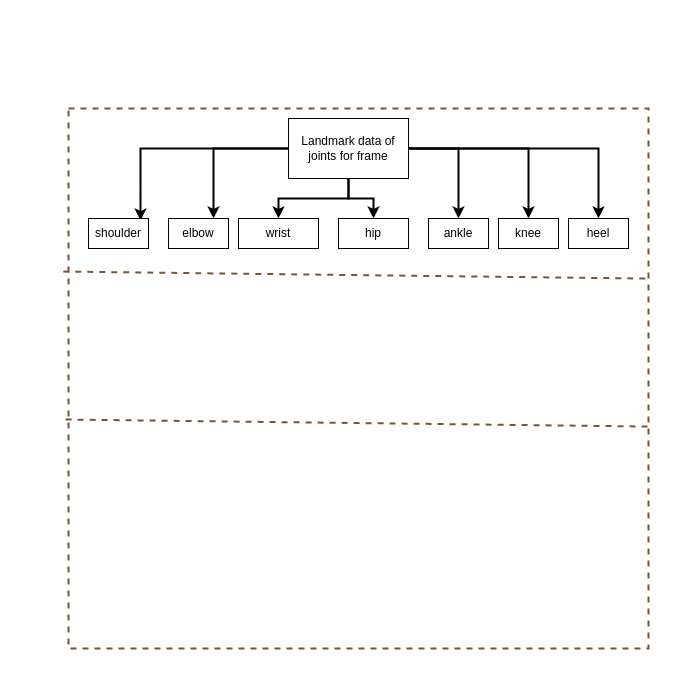
Earlier version of the draw.io diagram Diagrams/Algorothm Diagram.drawio (vish84725/Research_Artifacts). Source tidied: cells renumbered, new cells numbered last; positions are measured from the earlier drawing's top-left corner, leaving out a move shared by most shapes. Both pictures are drawn from the tidied source at 100%, with x=0, y=0 at pixel (68, 108).
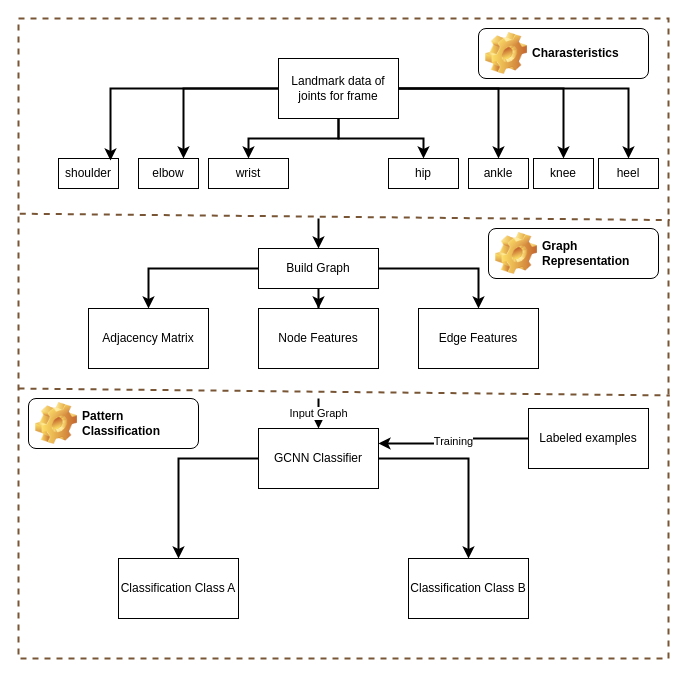
After the change.

The edit, as a diff of the source:
```diff
@@
+    <mxCell id="20" style="group;" parent="1" vertex="1">
+      <mxGeometry x="-50" y="-70" width="650" height="620" as="geometry" />
+    </mxCell>
-    <mxCell id="2" style="rounded=0;whiteSpace=wrap;html=1;dashed=1;strokeColor=#785535;strokeWidth=2;" parent="1" vertex="1">
-      <mxGeometry width="580" height="540" as="geometry" />
+    <mxCell id="2" style="rounded=0;whiteSpace=wrap;html=1;dashed=1;strokeColor=#785535;strokeWidth=2;" parent="20" vertex="1">
+      <mxGeometry y="-20" width="650" height="640" as="geometry" />
     </mxCell>
-    <mxCell id="3" style="endArrow=none;html=1;rounded=0;entryX=1.002;entryY=0.315;entryDx=0;entryDy=0;exitX=-0.009;exitY=0.302;exitDx=0;exitDy=0;dashed=1;strokeColor=#785535;strokeWidth=2;entryPerimeter=0;exitPerimeter=0;" parent="1" edge="1" source="2" target="2">
+    <mxCell id="3" style="endArrow=none;html=1;rounded=0;entryX=1.002;entryY=0.315;entryDx=0;entryDy=0;exitX=0.002;exitY=0.305;exitDx=0;exitDy=0;dashed=1;strokeColor=#785535;strokeWidth=2;entryPerimeter=0;exitPerimeter=0;" parent="20" edge="1" source="2" target="2">
       <mxGeometry relative="1" as="geometry" />
     </mxCell>
-    <mxCell id="4" style="endArrow=none;html=1;rounded=0;entryX=1.002;entryY=0.589;entryDx=0;entryDy=0;exitX=-0.005;exitY=0.576;exitDx=0;exitDy=0;dashed=1;strokeColor=#785535;strokeWidth=2;entryPerimeter=0;exitPerimeter=0;" parent="1" edge="1" source="2" target="2">
-      <mxGeometry relative="1" as="geometry" />
+    <mxCell id="4" style="endArrow=none;html=1;rounded=0;entryX=1.002;entryY=0.589;entryDx=0;entryDy=0;dashed=1;strokeColor=#785535;strokeWidth=2;entryPerimeter=0;" parent="20" edge="1" target="2">
+      <mxGeometry relative="1" as="geometry">
+        <mxPoint y="350" as="sourcePoint" />
+      </mxGeometry>
     </mxCell>
-    <mxCell id="5" style="edgeStyle=orthogonalEdgeStyle;rounded=0;jettySize=auto;html=1;entryX=0.867;entryY=0.067;entryDx=0;entryDy=0;entryPerimeter=0;strokeColor=#000000;strokeWidth=2;" parent="1" edge="1" source="12" target="13">
-      <mxGeometry relative="1" as="geometry" />
-    </mxCell>
-    <mxCell id="6" style="edgeStyle=orthogonalEdgeStyle;rounded=0;jettySize=auto;html=1;entryX=0.75;entryY=0;entryDx=0;entryDy=0;strokeColor=#000000;strokeWidth=2;" parent="1" edge="1" source="12" target="14">
-      <mxGeometry relative="1" as="geometry" />
-    </mxCell>
-    <mxCell id="7" style="edgeStyle=orthogonalEdgeStyle;rounded=0;jettySize=auto;html=1;strokeColor=#000000;strokeWidth=2;" parent="1" edge="1" source="12" target="15">
-      <mxGeometry relative="1" as="geometry" />
-    </mxCell>
-    <mxCell id="8" style="edgeStyle=orthogonalEdgeStyle;rounded=0;jettySize=auto;html=1;strokeColor=#000000;strokeWidth=2;" parent="1" edge="1" source="12" target="16">
-      <mxGeometry relative="1" as="geometry" />
-    </mxCell>
-    <mxCell id="9" style="edgeStyle=orthogonalEdgeStyle;rounded=0;jettySize=auto;html=1;strokeColor=#000000;strokeWidth=2;" parent="1" edge="1" source="12" target="17">
-      <mxGeometry relative="1" as="geometry" />
-    </mxCell>
-    <mxCell id="10" style="edgeStyle=orthogonalEdgeStyle;rounded=0;jettySize=auto;html=1;entryX=0.5;entryY=0;entryDx=0;entryDy=0;strokeColor=#000000;strokeWidth=2;" parent="1" edge="1" source="12" target="18">
-      <mxGeometry relative="1" as="geometry" />
-    </mxCell>
-    <mxCell id="11" style="edgeStyle=orthogonalEdgeStyle;rounded=0;jettySize=auto;html=1;strokeColor=#000000;strokeWidth=2;" parent="1" edge="1" source="12" target="19">
-      <mxGeometry relative="1" as="geometry" />
-    </mxCell>
+    <mxCell id="21" value="Charasteristics" style="label;whiteSpace=wrap;html=1;image=img/clipart/Gear_128x128.png;strokeColor=#000000;strokeWidth=1;" parent="20" vertex="1">
+      <mxGeometry x="460" y="-10" width="170" height="50" as="geometry" />
+    </mxCell>
-    <mxCell id="12" value="Landmark data of joints for frame" style="rounded=0;whiteSpace=wrap;html=1;strokeColor=#000000;strokeWidth=1;" parent="1" vertex="1">
-      <mxGeometry x="220" y="10" width="120" height="60" as="geometry" />
+    <mxCell id="12" value="Landmark data of joints for frame" style="rounded=0;whiteSpace=wrap;html=1;strokeColor=#000000;strokeWidth=1;" parent="20" vertex="1">
+      <mxGeometry x="260" y="20" width="120" height="60" as="geometry" />
     </mxCell>
-    <mxCell id="13" value="shoulder" style="rounded=0;whiteSpace=wrap;html=1;strokeColor=#000000;strokeWidth=1;" parent="1" vertex="1">
-      <mxGeometry x="20" y="110" width="60" height="30" as="geometry" />
+    <mxCell id="13" value="shoulder" style="rounded=0;whiteSpace=wrap;html=1;strokeColor=#000000;strokeWidth=1;" parent="20" vertex="1">
+      <mxGeometry x="40" y="120" width="60" height="30" as="geometry" />
     </mxCell>
+    <mxCell id="5" style="edgeStyle=orthogonalEdgeStyle;rounded=0;jettySize=auto;html=1;entryX=0.867;entryY=0.067;entryDx=0;entryDy=0;entryPerimeter=0;strokeColor=#000000;strokeWidth=2;" parent="20" edge="1" source="12" target="13">
+      <mxGeometry relative="1" as="geometry" />
+    </mxCell>
-    <mxCell id="14" value="elbow" style="rounded=0;whiteSpace=wrap;html=1;strokeColor=#000000;strokeWidth=1;" parent="1" vertex="1">
-      <mxGeometry x="100" y="110" width="60" height="30" as="geometry" />
+    <mxCell id="14" value="elbow" style="rounded=0;whiteSpace=wrap;html=1;strokeColor=#000000;strokeWidth=1;" parent="20" vertex="1">
+      <mxGeometry x="120" y="120" width="60" height="30" as="geometry" />
     </mxCell>
+    <mxCell id="6" style="edgeStyle=orthogonalEdgeStyle;rounded=0;jettySize=auto;html=1;entryX=0.75;entryY=0;entryDx=0;entryDy=0;strokeColor=#000000;strokeWidth=2;" parent="20" edge="1" source="12" target="14">
+      <mxGeometry relative="1" as="geometry" />
+    </mxCell>
-    <mxCell id="15" value="wrist" style="rounded=0;whiteSpace=wrap;html=1;strokeColor=#000000;strokeWidth=1;" parent="1" vertex="1">
-      <mxGeometry x="170" y="110" width="80" height="30" as="geometry" />
+    <mxCell id="15" value="wrist" style="rounded=0;whiteSpace=wrap;html=1;strokeColor=#000000;strokeWidth=1;" parent="20" vertex="1">
+      <mxGeometry x="190" y="120" width="80" height="30" as="geometry" />
     </mxCell>
+    <mxCell id="7" style="edgeStyle=orthogonalEdgeStyle;rounded=0;jettySize=auto;html=1;strokeColor=#000000;strokeWidth=2;" parent="20" edge="1" source="12" target="15">
+      <mxGeometry relative="1" as="geometry" />
+    </mxCell>
-    <mxCell id="16" value="hip" style="rounded=0;whiteSpace=wrap;html=1;strokeColor=#000000;strokeWidth=1;" parent="1" vertex="1">
-      <mxGeometry x="270" y="110" width="70" height="30" as="geometry" />
+    <mxCell id="16" value="hip" style="rounded=0;whiteSpace=wrap;html=1;strokeColor=#000000;strokeWidth=1;" parent="20" vertex="1">
+      <mxGeometry x="370" y="120" width="70" height="30" as="geometry" />
     </mxCell>
+    <mxCell id="8" style="edgeStyle=orthogonalEdgeStyle;rounded=0;jettySize=auto;html=1;strokeColor=#000000;strokeWidth=2;" parent="20" edge="1" source="12" target="16">
+      <mxGeometry relative="1" as="geometry" />
+    </mxCell>
-    <mxCell id="17" value="ankle" style="rounded=0;whiteSpace=wrap;html=1;strokeColor=#000000;strokeWidth=1;" parent="1" vertex="1">
-      <mxGeometry x="360" y="110" width="60" height="30" as="geometry" />
+    <mxCell id="17" value="ankle" style="rounded=0;whiteSpace=wrap;html=1;strokeColor=#000000;strokeWidth=1;" parent="20" vertex="1">
+      <mxGeometry x="450" y="120" width="60" height="30" as="geometry" />
     </mxCell>
+    <mxCell id="9" style="edgeStyle=orthogonalEdgeStyle;rounded=0;jettySize=auto;html=1;strokeColor=#000000;strokeWidth=2;" parent="20" edge="1" source="12" target="17">
+      <mxGeometry relative="1" as="geometry" />
+    </mxCell>
-    <mxCell id="18" value="knee" style="rounded=0;whiteSpace=wrap;html=1;strokeColor=#000000;strokeWidth=1;" parent="1" vertex="1">
-      <mxGeometry x="430" y="110" width="60" height="30" as="geometry" />
+    <mxCell id="18" value="knee" style="rounded=0;whiteSpace=wrap;html=1;strokeColor=#000000;strokeWidth=1;" parent="20" vertex="1">
+      <mxGeometry x="515" y="120" width="60" height="30" as="geometry" />
     </mxCell>
+    <mxCell id="10" style="edgeStyle=orthogonalEdgeStyle;rounded=0;jettySize=auto;html=1;entryX=0.5;entryY=0;entryDx=0;entryDy=0;strokeColor=#000000;strokeWidth=2;" parent="20" edge="1" source="12" target="18">
+      <mxGeometry relative="1" as="geometry" />
+    </mxCell>
-    <mxCell id="19" value="heel" style="rounded=0;whiteSpace=wrap;html=1;strokeColor=#000000;strokeWidth=1;" parent="1" vertex="1">
-      <mxGeometry x="500" y="110" width="60" height="30" as="geometry" />
+    <mxCell id="19" value="heel" style="rounded=0;whiteSpace=wrap;html=1;strokeColor=#000000;strokeWidth=1;" parent="20" vertex="1">
+      <mxGeometry x="580" y="120" width="60" height="30" as="geometry" />
     </mxCell>
+    <mxCell id="11" style="edgeStyle=orthogonalEdgeStyle;rounded=0;jettySize=auto;html=1;strokeColor=#000000;strokeWidth=2;" parent="20" edge="1" source="12" target="19">
+      <mxGeometry relative="1" as="geometry" />
+    </mxCell>
+    <mxCell id="22" value="Graph Representation" style="label;whiteSpace=wrap;html=1;image=img/clipart/Gear_128x128.png;strokeColor=#000000;strokeWidth=1;" parent="20" vertex="1">
+      <mxGeometry x="470" y="190" width="170" height="50" as="geometry" />
+    </mxCell>
+    <mxCell id="23" style="edgeStyle=orthogonalEdgeStyle;rounded=0;jettySize=auto;html=1;strokeColor=#000000;strokeWidth=2;" parent="20" edge="1" source="26" target="27">
+      <mxGeometry relative="1" as="geometry" />
+    </mxCell>
+    <mxCell id="24" style="edgeStyle=orthogonalEdgeStyle;rounded=0;jettySize=auto;html=1;strokeColor=#000000;strokeWidth=2;" parent="20" edge="1" source="26" target="28">
+      <mxGeometry relative="1" as="geometry" />
+    </mxCell>
+    <mxCell id="25" style="edgeStyle=orthogonalEdgeStyle;rounded=0;jettySize=auto;html=1;strokeColor=#000000;strokeWidth=2;" parent="20" edge="1" source="26" target="29">
+      <mxGeometry relative="1" as="geometry" />
+    </mxCell>
+    <mxCell id="26" value="Build Graph" style="rounded=0;whiteSpace=wrap;html=1;strokeColor=#000000;strokeWidth=1;" parent="20" vertex="1">
+      <mxGeometry x="240" y="210" width="120" height="40" as="geometry" />
+    </mxCell>
+    <mxCell id="27" value="Adjacency Matrix" style="rounded=0;whiteSpace=wrap;html=1;strokeColor=#000000;strokeWidth=1;" parent="20" vertex="1">
+      <mxGeometry x="70" y="270" width="120" height="60" as="geometry" />
+    </mxCell>
+    <mxCell id="28" value="Node Features" style="rounded=0;whiteSpace=wrap;html=1;strokeColor=#000000;strokeWidth=1;" parent="20" vertex="1">
+      <mxGeometry x="240" y="270" width="120" height="60" as="geometry" />
+    </mxCell>
+    <mxCell id="29" value="Edge Features" style="rounded=0;whiteSpace=wrap;html=1;strokeColor=#000000;strokeWidth=1;" parent="20" vertex="1">
+      <mxGeometry x="400" y="270" width="120" height="60" as="geometry" />
+    </mxCell>
+    <mxCell id="30" style="edgeStyle=orthogonalEdgeStyle;rounded=0;jettySize=auto;html=1;strokeColor=#000000;strokeWidth=2;" parent="20" edge="1" source="32" target="35">
+      <mxGeometry relative="1" as="geometry" />
+    </mxCell>
+    <mxCell id="31" style="edgeStyle=orthogonalEdgeStyle;rounded=0;jettySize=auto;html=1;strokeColor=#000000;strokeWidth=2;" parent="20" edge="1" source="32" target="36">
+      <mxGeometry relative="1" as="geometry" />
+    </mxCell>
+    <mxCell id="32" value="GCNN Classifier" style="rounded=0;whiteSpace=wrap;html=1;strokeColor=#000000;strokeWidth=1;" parent="20" vertex="1">
+      <mxGeometry x="240" y="390" width="120" height="60" as="geometry" />
+    </mxCell>
+    <mxCell id="33" value="Training" style="edgeStyle=orthogonalEdgeStyle;rounded=0;jettySize=auto;html=1;strokeColor=#000000;strokeWidth=2;entryX=1;entryY=0.25;entryDx=0;entryDy=0;" parent="20" edge="1" source="34" target="32">
+      <mxGeometry relative="1" as="geometry" />
+    </mxCell>
+    <mxCell id="34" value="Labeled examples" style="rounded=0;whiteSpace=wrap;html=1;strokeColor=#000000;strokeWidth=1;" parent="20" vertex="1">
+      <mxGeometry x="510" y="370" width="120" height="60" as="geometry" />
+    </mxCell>
+    <mxCell id="35" value="Classification Class A" style="rounded=0;whiteSpace=wrap;html=1;strokeColor=#000000;strokeWidth=1;" parent="20" vertex="1">
+      <mxGeometry x="100" y="520" width="120" height="60" as="geometry" />
+    </mxCell>
+    <mxCell id="36" value="Classification Class B" style="rounded=0;whiteSpace=wrap;html=1;strokeColor=#000000;strokeWidth=1;" parent="20" vertex="1">
+      <mxGeometry x="390" y="520" width="120" height="60" as="geometry" />
+    </mxCell>
+    <mxCell id="37" value="Pattern Classification" style="label;whiteSpace=wrap;html=1;image=img/clipart/Gear_128x128.png;strokeColor=#000000;strokeWidth=1;" parent="20" vertex="1">
+      <mxGeometry x="10" y="360" width="170" height="50" as="geometry" />
+    </mxCell>
+    <mxCell id="38" style="endArrow=classic;html=1;rounded=0;strokeColor=#000000;strokeWidth=2;" parent="1" edge="1" target="26">
+      <mxGeometry relative="1" as="geometry">
+        <mxPoint x="250" y="110" as="sourcePoint" />
+      </mxGeometry>
+    </mxCell>
+    <mxCell id="39" value="Input Graph" style="endArrow=classic;html=1;rounded=0;strokeColor=#000000;strokeWidth=2;" parent="1" edge="1" target="32">
+      <mxGeometry relative="1" as="geometry">
+        <mxPoint x="250" y="290" as="sourcePoint" />
+      </mxGeometry>
+    </mxCell>
```
